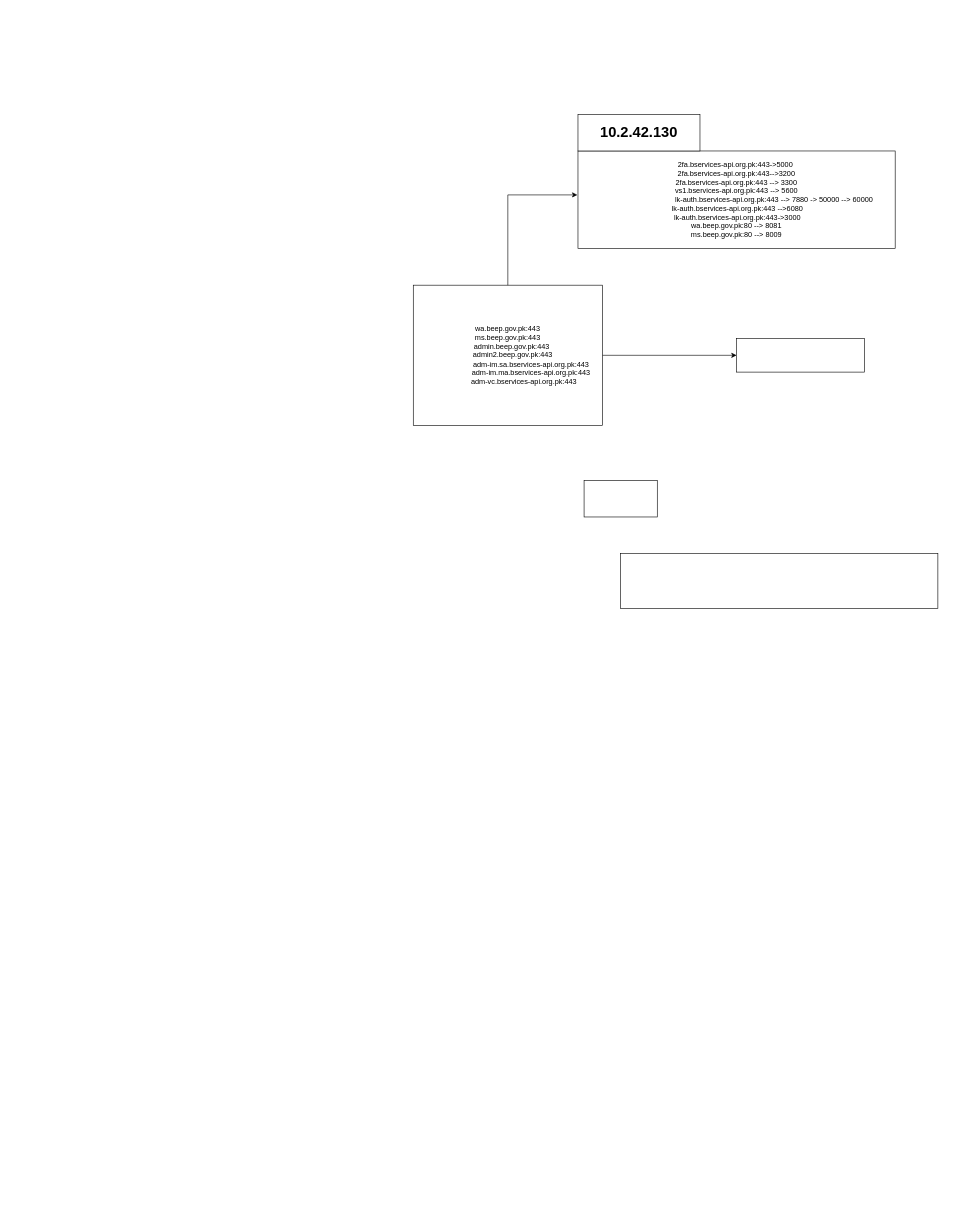
The draw.io diagram Untitled Diagram.drawio in Ahmer-rehman/backend, before the edit. Source tidied: cells renumbered, new cells numbered last; positions are measured from the earlier drawing's top-left corner, leaving out a move shared by most shapes. Both pictures are drawn from the tidied source at 61%, with x=0, y=0 at pixel (413, 114).
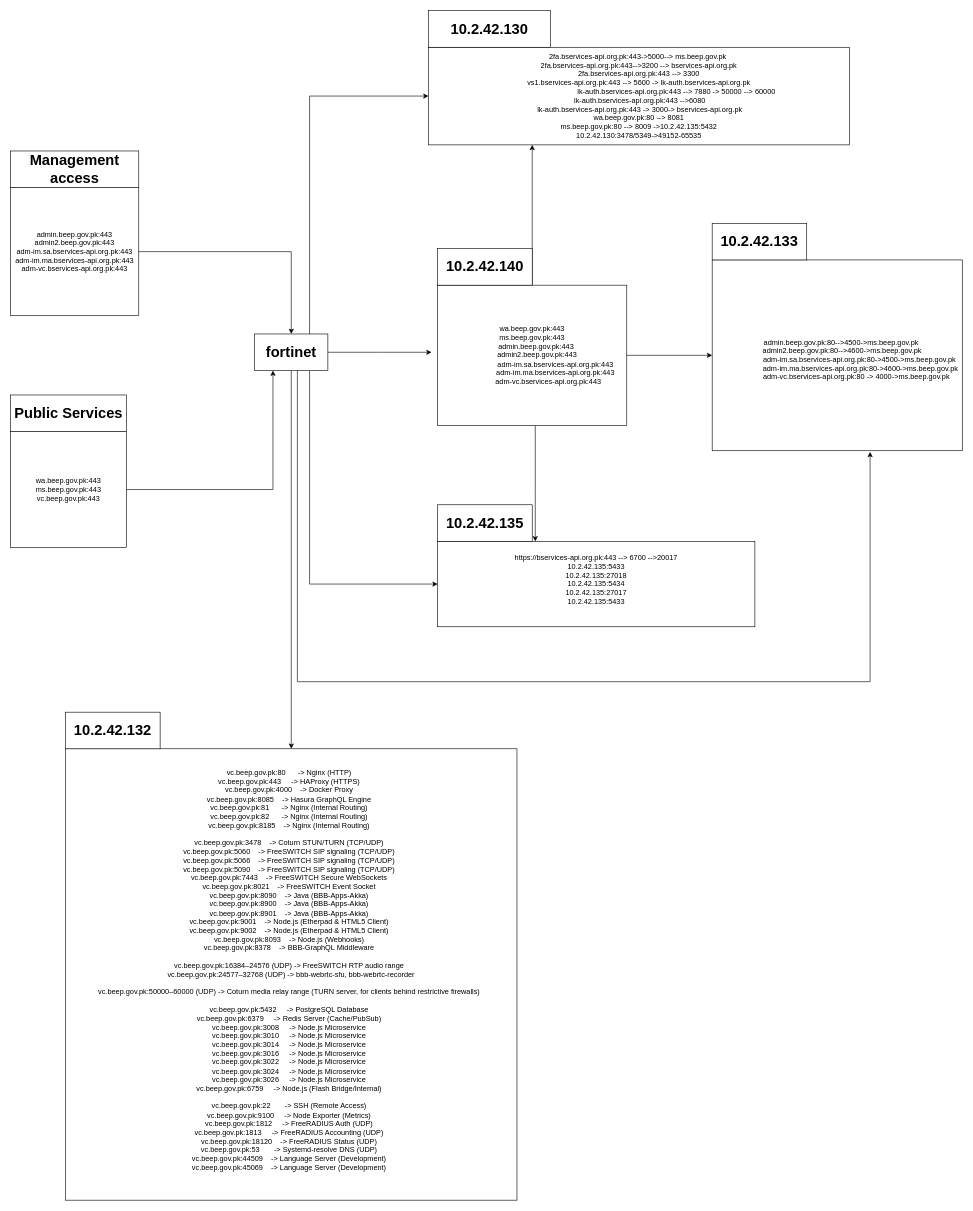
Above is the later version.

What changed in the source:
```diff
@@
+    <mxCell id="10" style="edgeStyle=orthogonalEdgeStyle;rounded=0;jettySize=auto;html=1;" parent="1" edge="1" source="3" target="6">
+      <mxGeometry relative="1" as="geometry">
+        <Array as="points">
+          <mxPoint x="200" y="620" />
+          <mxPoint x="200" y="620" />
+        </Array>
+      </mxGeometry>
+    </mxCell>
     <mxCell id="3" value="wa.beep.gov.pk:443&lt;div&gt;ms.beep.gov.pk:443&lt;/div&gt;&lt;div&gt;&amp;nbsp; &amp;nbsp; admin.beep.gov.pk:443&lt;/div&gt;&lt;div&gt;&amp;nbsp; &amp;nbsp; &amp;nbsp;admin2.beep.gov.pk:443&lt;/div&gt;&lt;div&gt;&amp;nbsp; &amp;nbsp; &amp;nbsp; &amp;nbsp; &amp;nbsp; &amp;nbsp; &amp;nbsp; &amp;nbsp; &amp;nbsp; &amp;nbsp; &amp;nbsp; &amp;nbsp;adm-im.sa.bservices-api.org.pk:443&lt;/div&gt;&lt;div&gt;&amp;nbsp; &amp;nbsp; &amp;nbsp; &amp;nbsp; &amp;nbsp; &amp;nbsp; &amp;nbsp; &amp;nbsp; &amp;nbsp; &amp;nbsp; &amp;nbsp; &amp;nbsp;adm-im.ma.bservices-api.org.pk:443&lt;br&gt;&lt;/div&gt;&lt;div&gt;&amp;nbsp; &amp;nbsp; &amp;nbsp; &amp;nbsp; &amp;nbsp; &amp;nbsp; &amp;nbsp; &amp;nbsp; adm-vc.bservices-api.org.pk:443&lt;br&gt;&lt;/div&gt;" style="rounded=0;whiteSpace=wrap;html=1;" parent="1" vertex="1">
-      <mxGeometry y="280" width="310" height="230" as="geometry" />
+      <mxGeometry x="40" y="280" width="310" height="230" as="geometry" />
     </mxCell>
+    <mxCell id="9" style="edgeStyle=orthogonalEdgeStyle;rounded=0;jettySize=auto;html=1;" parent="1" edge="1" source="3" target="4">
+      <mxGeometry relative="1" as="geometry">
+        <Array as="points">
+          <mxPoint x="195" y="110" />
+          <mxPoint x="195" y="110" />
+        </Array>
+      </mxGeometry>
+    </mxCell>
-    <mxCell id="4" value="&lt;div&gt;2fa.bservices-api.org.pk:443-&amp;gt;5000&amp;nbsp;&lt;br&gt;&lt;/div&gt;&lt;div&gt;2fa.bservices-api.org.pk:443--&amp;gt;3200&lt;br&gt;&lt;/div&gt;2fa.bservices-api.org.pk:443 --&amp;gt; 3300&lt;div&gt;vs1.bservices-api.org.pk:443 --&amp;gt; 5600&lt;/div&gt;&lt;div&gt;&amp;nbsp; &amp;nbsp; &amp;nbsp; &amp;nbsp; &amp;nbsp; &amp;nbsp; &amp;nbsp; &amp;nbsp; &amp;nbsp; &amp;nbsp; &amp;nbsp; &amp;nbsp; &amp;nbsp; &amp;nbsp; &amp;nbsp; &amp;nbsp; &amp;nbsp; &amp;nbsp; &amp;nbsp;lk-auth.bservices-api.org.pk:443 --&amp;gt; 7880 -&amp;gt; 50000 --&amp;gt; 60000&lt;/div&gt;&lt;div&gt;&amp;nbsp;lk-auth.bservices-api.org.pk:443 --&amp;gt;6080&lt;br&gt;&lt;/div&gt;&lt;div&gt;&amp;nbsp;lk-auth.bservices-api.org.pk:443-&amp;gt;3000&lt;br&gt;&lt;/div&gt;&lt;div&gt;wa.beep.gov.pk:80 --&amp;gt; 8081&lt;/div&gt;&lt;div&gt;ms.beep.gov.pk:80 --&amp;gt; 8009&lt;/div&gt;" style="rounded=0;whiteSpace=wrap;html=1;" parent="1" vertex="1">
-      <mxGeometry x="270" y="60" width="520" height="160" as="geometry" />
+    <mxCell id="4" value="&lt;div&gt;2fa.bservices-api.org.pk:443-&amp;gt;5000--&amp;gt; ms.beep.gov.pk&amp;nbsp;&lt;br&gt;&lt;/div&gt;&lt;div&gt;2fa.bservices-api.org.pk:443--&amp;gt;3200 --&amp;gt; bservices-api.org.pk&lt;br&gt;&lt;/div&gt;2fa.bservices-api.org.pk:443 --&amp;gt; 3300&lt;div&gt;vs1.bservices-api.org.pk:443 --&amp;gt; 5600 -&amp;gt; lk-auth.bservices-api.org.pk&lt;/div&gt;&lt;div&gt;&amp;nbsp; &amp;nbsp; &amp;nbsp; &amp;nbsp; &amp;nbsp; &amp;nbsp; &amp;nbsp; &amp;nbsp; &amp;nbsp; &amp;nbsp; &amp;nbsp; &amp;nbsp; &amp;nbsp; &amp;nbsp; &amp;nbsp; &amp;nbsp; &amp;nbsp; &amp;nbsp; &amp;nbsp;lk-auth.bservices-api.org.pk:443 --&amp;gt; 7880 -&amp;gt; 50000 --&amp;gt; 60000&lt;/div&gt;&lt;div&gt;&amp;nbsp;lk-auth.bservices-api.org.pk:443 --&amp;gt;6080&lt;br&gt;&lt;/div&gt;&lt;div&gt;&amp;nbsp;lk-auth.bservices-api.org.pk:443 -&amp;gt; 3000-&amp;gt; bservices-api.org.pk&lt;br&gt;&lt;/div&gt;&lt;div&gt;wa.beep.gov.pk:80 --&amp;gt; 8081&lt;/div&gt;&lt;div&gt;ms.beep.gov.pk:80 --&amp;gt; 8009 -&amp;gt;10.2.42.135:5432&lt;/div&gt;&lt;div&gt;10.2.42.130:3478/5349-&amp;gt;49152-65535&lt;/div&gt;" style="rounded=0;whiteSpace=wrap;html=1;" parent="1" vertex="1">
+      <mxGeometry x="25" y="-110" width="690" height="160" as="geometry" />
     </mxCell>
-    <mxCell id="5" style="rounded=0;whiteSpace=wrap;html=1;" parent="1" vertex="1">
-      <mxGeometry x="280" y="600" width="120" height="60" as="geometry" />
-    </mxCell>
-    <mxCell id="6" style="rounded=0;whiteSpace=wrap;html=1;" parent="1" vertex="1">
-      <mxGeometry x="340" y="720" width="520" height="90" as="geometry" />
+    <mxCell id="6" value="https://bservices-api.org.pk:443 --&amp;gt; 6700 --&amp;gt;20017&lt;div&gt;10.2.42.135:5433&lt;/div&gt;&lt;div&gt;10.2.42.135:27018&lt;/div&gt;&lt;div&gt;10.2.42.135:5434&lt;br&gt;&lt;/div&gt;&lt;div&gt;10.2.42.135:27017&lt;/div&gt;&lt;div&gt;10.2.42.135:5433&lt;br&gt;&lt;/div&gt;&lt;div&gt;&lt;br&gt;&lt;/div&gt;" style="rounded=0;whiteSpace=wrap;html=1;" parent="1" vertex="1">
+      <mxGeometry x="40" y="700" width="520" height="140" as="geometry" />
     </mxCell>
-    <mxCell id="7" style="rounded=0;whiteSpace=wrap;html=1;" parent="1" vertex="1">
-      <mxGeometry x="530" y="367.5" width="210" height="55" as="geometry" />
+    <mxCell id="7" value="&lt;br&gt;&lt;div&gt;&amp;nbsp; &amp;nbsp; admin.beep.gov.pk:80--&amp;gt;4500-&amp;gt;ms.beep.gov.pk&lt;/div&gt;&lt;div&gt;&amp;nbsp; &amp;nbsp; &amp;nbsp;admin2.beep.gov.pk:80--&amp;gt;4600-&amp;gt;ms.beep.gov.pk&lt;/div&gt;&lt;div&gt;&amp;nbsp; &amp;nbsp; &amp;nbsp; &amp;nbsp; &amp;nbsp; &amp;nbsp; &amp;nbsp; &amp;nbsp; &amp;nbsp; &amp;nbsp; &amp;nbsp; adm-im.sa.bservices-api.org.pk:80-&amp;gt;4500-&amp;gt;ms.beep.gov.pk&lt;/div&gt;&lt;div&gt;&amp;nbsp; &amp;nbsp; &amp;nbsp; &amp;nbsp; &amp;nbsp; &amp;nbsp; &amp;nbsp; &amp;nbsp; &amp;nbsp; &amp;nbsp; &amp;nbsp; &amp;nbsp;adm-im.ma.bservices-api.org.pk:80-&amp;gt;4600-&amp;gt;ms.beep.gov.pk&lt;br&gt;&lt;/div&gt;&lt;div&gt;&amp;nbsp; &amp;nbsp; &amp;nbsp; &amp;nbsp; &amp;nbsp; &amp;nbsp; &amp;nbsp; &amp;nbsp; &amp;nbsp; &amp;nbsp;adm-vc.bservices-api.org.pk:80 -&amp;gt; 4000-&amp;gt;ms.beep.gov.pk&lt;/div&gt;" style="rounded=0;whiteSpace=wrap;html=1;" parent="1" vertex="1">
+      <mxGeometry x="490" y="238.6" width="410" height="312.8" as="geometry" />
     </mxCell>
     <mxCell id="8" value="&lt;h1&gt;&lt;b&gt;10.2.42.130&lt;/b&gt;&lt;/h1&gt;" style="whiteSpace=wrap;html=1;" parent="1" vertex="1">
-      <mxGeometry x="270" width="200" height="60" as="geometry" />
+      <mxGeometry x="25" y="-170" width="200" height="60" as="geometry" />
     </mxCell>
-    <mxCell id="9" style="edgeStyle=orthogonalEdgeStyle;rounded=0;jettySize=auto;html=1;entryX=-0.002;entryY=0.45;entryDx=0;entryDy=0;entryPerimeter=0;" parent="1" edge="1" source="3" target="4">
-      <mxGeometry relative="1" as="geometry" />
-    </mxCell>
+    <mxCell id="11" value="&lt;h1&gt;&lt;b&gt;10.2.42.133&lt;/b&gt;&lt;/h1&gt;" style="whiteSpace=wrap;html=1;" parent="1" vertex="1">
+      <mxGeometry x="490" y="178.6" width="155" height="60" as="geometry" />
+    </mxCell>
+    <mxCell id="12" value="&lt;h1&gt;&lt;b&gt;10.2.42.135&lt;/b&gt;&lt;/h1&gt;" style="whiteSpace=wrap;html=1;" parent="1" vertex="1">
+      <mxGeometry x="40" y="640" width="155" height="60" as="geometry" />
+    </mxCell>
+    <mxCell id="13" value="&lt;h1&gt;&lt;b&gt;10.2.42.140&lt;/b&gt;&lt;/h1&gt;" style="whiteSpace=wrap;html=1;" parent="1" vertex="1">
+      <mxGeometry x="40" y="220" width="155" height="60" as="geometry" />
+    </mxCell>
+    <mxCell id="14" style="edgeStyle=orthogonalEdgeStyle;rounded=0;jettySize=auto;html=1;entryX=0.5;entryY=0;entryDx=0;entryDy=0;" parent="1" edge="1" source="15" target="24">
+      <mxGeometry relative="1" as="geometry" />
+    </mxCell>
+    <mxCell id="15" value="&lt;div&gt;admin.beep.gov.pk:443&lt;/div&gt;&lt;div&gt;admin2.beep.gov.pk:443&lt;/div&gt;&lt;div&gt;adm-im.sa.bservices-api.org.pk:443&lt;/div&gt;&lt;div&gt;adm-im.ma.bservices-api.org.pk:443&lt;br&gt;&lt;/div&gt;&lt;div&gt;adm-vc.bservices-api.org.pk:443&lt;/div&gt;" style="whiteSpace=wrap;html=1;align=center;" parent="1" vertex="1">
+      <mxGeometry x="-660" y="120" width="210" height="210" as="geometry" />
+    </mxCell>
+    <mxCell id="16" style="edgeStyle=orthogonalEdgeStyle;rounded=0;jettySize=auto;html=1;entryX=0.25;entryY=1;entryDx=0;entryDy=0;" parent="1" edge="1" source="17" target="24">
+      <mxGeometry relative="1" as="geometry" />
+    </mxCell>
+    <mxCell id="17" value="wa.beep.gov.pk:443&lt;div&gt;ms.beep.gov.pk:443&lt;/div&gt;&lt;div&gt;vc.beep.gov.pk:443&lt;/div&gt;" style="whiteSpace=wrap;html=1;" parent="1" vertex="1">
+      <mxGeometry x="-660" y="520" width="190" height="190" as="geometry" />
+    </mxCell>
+    <mxCell id="18" value="&lt;h1&gt;Management access&lt;/h1&gt;" style="whiteSpace=wrap;html=1;" parent="1" vertex="1">
+      <mxGeometry x="-660" y="60" width="210" height="60" as="geometry" />
+    </mxCell>
+    <mxCell id="19" value="&lt;h1&gt;Public Services&lt;/h1&gt;" style="whiteSpace=wrap;html=1;" parent="1" vertex="1">
+      <mxGeometry x="-660" y="460" width="190" height="60" as="geometry" />
+    </mxCell>
+    <mxCell id="20" style="edgeStyle=orthogonalEdgeStyle;rounded=0;jettySize=auto;html=1;" parent="1" edge="1" source="24">
+      <mxGeometry relative="1" as="geometry">
+        <mxPoint x="30" y="390" as="targetPoint" />
+      </mxGeometry>
+    </mxCell>
+    <mxCell id="21" style="edgeStyle=orthogonalEdgeStyle;rounded=0;jettySize=auto;html=1;exitX=0.75;exitY=0;exitDx=0;exitDy=0;entryX=0;entryY=0.5;entryDx=0;entryDy=0;" parent="1" edge="1" source="24" target="4">
+      <mxGeometry relative="1" as="geometry" />
+    </mxCell>
+    <mxCell id="22" style="edgeStyle=orthogonalEdgeStyle;rounded=0;jettySize=auto;html=1;exitX=0.75;exitY=1;exitDx=0;exitDy=0;entryX=0;entryY=0.5;entryDx=0;entryDy=0;" parent="1" edge="1" source="24" target="6">
+      <mxGeometry relative="1" as="geometry" />
+    </mxCell>
+    <mxCell id="23" style="edgeStyle=orthogonalEdgeStyle;rounded=0;jettySize=auto;html=1;exitX=0.5;exitY=1;exitDx=0;exitDy=0;" parent="1" edge="1" source="24" target="26">
+      <mxGeometry relative="1" as="geometry" />
+    </mxCell>
+    <mxCell id="24" value="&lt;h1&gt;fortinet&lt;/h1&gt;" style="rounded=0;whiteSpace=wrap;html=1;" parent="1" vertex="1">
+      <mxGeometry x="-260" y="360" width="120" height="60" as="geometry" />
+    </mxCell>
+    <mxCell id="25" style="edgeStyle=orthogonalEdgeStyle;rounded=0;orthogonalLoop=1;jettySize=auto;html=1;exitX=0.25;exitY=1;exitDx=0;exitDy=0;entryX=0.534;entryY=1.006;entryDx=0;entryDy=0;entryPerimeter=0;" parent="1" edge="1">
+      <mxGeometry relative="1" as="geometry">
+        <mxPoint x="-190" y="420" as="sourcePoint" />
+        <mxPoint x="748.9" y="553.3" as="targetPoint" />
+        <Array as="points">
+          <mxPoint x="-190" y="930" />
+          <mxPoint x="749" y="930" />
+        </Array>
+      </mxGeometry>
+    </mxCell>
+    <mxCell id="26" value="&lt;div&gt;vc.beep.gov.pk:80 &amp;nbsp; &amp;nbsp; &amp;nbsp;-&amp;gt; Nginx (HTTP) &amp;nbsp;&lt;/div&gt;&lt;div&gt;vc.beep.gov.pk:443 &amp;nbsp; &amp;nbsp; -&amp;gt; HAProxy (HTTPS) &amp;nbsp;&lt;/div&gt;&lt;div&gt;vc.beep.gov.pk:4000 &amp;nbsp; &amp;nbsp;-&amp;gt; Docker Proxy &amp;nbsp;&lt;/div&gt;&lt;div&gt;vc.beep.gov.pk:8085 &amp;nbsp; &amp;nbsp;-&amp;gt; Hasura GraphQL Engine &amp;nbsp;&lt;/div&gt;&lt;div&gt;vc.beep.gov.pk:81 &amp;nbsp; &amp;nbsp; &amp;nbsp;-&amp;gt; Nginx (Internal Routing) &amp;nbsp;&lt;/div&gt;&lt;div&gt;vc.beep.gov.pk:82 &amp;nbsp; &amp;nbsp; &amp;nbsp;-&amp;gt; Nginx (Internal Routing) &amp;nbsp;&lt;/div&gt;&lt;div&gt;vc.beep.gov.pk:8185 &amp;nbsp; &amp;nbsp;-&amp;gt; Nginx (Internal Routing) &amp;nbsp;&lt;/div&gt;&lt;div&gt;&lt;br&gt;&lt;/div&gt;&lt;div&gt;vc.beep.gov.pk:3478 &amp;nbsp; &amp;nbsp;-&amp;gt; Coturn STUN/TURN (TCP/UDP) &amp;nbsp;&lt;/div&gt;&lt;div&gt;vc.beep.gov.pk:5060 &amp;nbsp; &amp;nbsp;-&amp;gt; FreeSWITCH SIP signaling (TCP/UDP) &amp;nbsp;&lt;/div&gt;&lt;div&gt;vc.beep.gov.pk:5066 &amp;nbsp; &amp;nbsp;-&amp;gt; FreeSWITCH SIP signaling (TCP/UDP) &amp;nbsp;&lt;/div&gt;&lt;div&gt;vc.beep.gov.pk:5090 &amp;nbsp; &amp;nbsp;-&amp;gt; FreeSWITCH SIP signaling (TCP/UDP) &amp;nbsp;&lt;/div&gt;&lt;div&gt;vc.beep.gov.pk:7443 &amp;nbsp; &amp;nbsp;-&amp;gt; FreeSWITCH Secure WebSockets &amp;nbsp;&lt;/div&gt;&lt;div&gt;vc.beep.gov.pk:8021 &amp;nbsp; &amp;nbsp;-&amp;gt; FreeSWITCH Event Socket &amp;nbsp;&lt;/div&gt;&lt;div&gt;vc.beep.gov.pk:8090 &amp;nbsp; &amp;nbsp;-&amp;gt; Java (BBB-Apps-Akka) &amp;nbsp;&lt;/div&gt;&lt;div&gt;vc.beep.gov.pk:8900 &amp;nbsp; &amp;nbsp;-&amp;gt; Java (BBB-Apps-Akka) &amp;nbsp;&lt;/div&gt;&lt;div&gt;vc.beep.gov.pk:8901 &amp;nbsp; &amp;nbsp;-&amp;gt; Java (BBB-Apps-Akka) &amp;nbsp;&lt;/div&gt;&lt;div&gt;vc.beep.gov.pk:9001 &amp;nbsp; &amp;nbsp;-&amp;gt; Node.js (Etherpad &amp;amp; HTML5 Client) &amp;nbsp;&lt;/div&gt;&lt;div&gt;vc.beep.gov.pk:9002 &amp;nbsp; &amp;nbsp;-&amp;gt; Node.js (Etherpad &amp;amp; HTML5 Client) &amp;nbsp;&lt;/div&gt;&lt;div&gt;vc.beep.gov.pk:8093 &amp;nbsp; &amp;nbsp;-&amp;gt; Node.js (Webhooks) &amp;nbsp;&lt;/div&gt;&lt;div&gt;vc.beep.gov.pk:8378 &amp;nbsp; &amp;nbsp;-&amp;gt; BBB-GraphQL Middleware &amp;nbsp;&lt;/div&gt;&lt;div&gt;&lt;br&gt;&lt;/div&gt;&lt;div&gt;vc.beep.gov.pk:16384–24576 (UDP) -&amp;gt; FreeSWITCH RTP audio range &amp;nbsp;&lt;/div&gt;&lt;div&gt;vc.beep.gov.pk:24577–32768 (UDP) -&amp;gt; bbb-webrtc-sfu, bbb-webrtc-recorder&lt;/div&gt;&lt;div&gt;&lt;br&gt;&lt;/div&gt;&lt;div&gt;vc.beep.gov.pk:50000–60000 (UDP) -&amp;gt; Coturn media relay range (TURN server, for clients behind restrictive firewalls) &amp;nbsp;&lt;/div&gt;&lt;div&gt;&lt;br&gt;&lt;/div&gt;&lt;div&gt;vc.beep.gov.pk:5432 &amp;nbsp; &amp;nbsp; -&amp;gt; PostgreSQL Database &amp;nbsp;&lt;/div&gt;&lt;div&gt;vc.beep.gov.pk:6379 &amp;nbsp; &amp;nbsp; -&amp;gt; Redis Server (Cache/PubSub) &amp;nbsp;&lt;/div&gt;&lt;div&gt;vc.beep.gov.pk:3008 &amp;nbsp; &amp;nbsp; -&amp;gt; Node.js Microservice &amp;nbsp;&lt;/div&gt;&lt;div&gt;vc.beep.gov.pk:3010 &amp;nbsp; &amp;nbsp; -&amp;gt; Node.js Microservice &amp;nbsp;&lt;/div&gt;&lt;div&gt;vc.beep.gov.pk:3014 &amp;nbsp; &amp;nbsp; -&amp;gt; Node.js Microservice &amp;nbsp;&lt;/div&gt;&lt;div&gt;vc.beep.gov.pk:3016 &amp;nbsp; &amp;nbsp; -&amp;gt; Node.js Microservice &amp;nbsp;&lt;/div&gt;&lt;div&gt;vc.beep.gov.pk:3022 &amp;nbsp; &amp;nbsp; -&amp;gt; Node.js Microservice &amp;nbsp;&lt;/div&gt;&lt;div&gt;vc.beep.gov.pk:3024 &amp;nbsp; &amp;nbsp; -&amp;gt; Node.js Microservice &amp;nbsp;&lt;/div&gt;&lt;div&gt;vc.beep.gov.pk:3026 &amp;nbsp; &amp;nbsp; -&amp;gt; Node.js Microservice &amp;nbsp;&lt;/div&gt;&lt;div&gt;vc.beep.gov.pk:6759 &amp;nbsp; &amp;nbsp; -&amp;gt; Node.js (Flash Bridge/Internal) &amp;nbsp;&lt;/div&gt;&lt;div&gt;&lt;br&gt;&lt;/div&gt;&lt;div&gt;vc.beep.gov.pk:22 &amp;nbsp; &amp;nbsp; &amp;nbsp; -&amp;gt; SSH (Remote Access) &amp;nbsp;&lt;/div&gt;&lt;div&gt;vc.beep.gov.pk:9100 &amp;nbsp; &amp;nbsp; -&amp;gt; Node Exporter (Metrics) &amp;nbsp;&lt;/div&gt;&lt;div&gt;vc.beep.gov.pk:1812 &amp;nbsp; &amp;nbsp; -&amp;gt; FreeRADIUS Auth (UDP) &amp;nbsp;&lt;/div&gt;&lt;div&gt;vc.beep.gov.pk:1813 &amp;nbsp; &amp;nbsp; -&amp;gt; FreeRADIUS Accounting (UDP) &amp;nbsp;&lt;/div&gt;&lt;div&gt;vc.beep.gov.pk:18120 &amp;nbsp; &amp;nbsp;-&amp;gt; FreeRADIUS Status (UDP) &amp;nbsp;&lt;/div&gt;&lt;div&gt;vc.beep.gov.pk:53 &amp;nbsp; &amp;nbsp; &amp;nbsp; -&amp;gt; Systemd-resolve DNS (UDP) &amp;nbsp;&lt;/div&gt;&lt;div&gt;vc.beep.gov.pk:44509 &amp;nbsp; &amp;nbsp;-&amp;gt; Language Server (Development) &amp;nbsp;&lt;/div&gt;&lt;div&gt;vc.beep.gov.pk:45069 &amp;nbsp; &amp;nbsp;-&amp;gt; Language Server (Development) &amp;nbsp;&lt;/div&gt;&lt;div&gt;&lt;br&gt;&lt;/div&gt;" style="whiteSpace=wrap;html=1;" parent="1" vertex="1">
+      <mxGeometry x="-570" y="1040" width="740" height="740" as="geometry" />
+    </mxCell>
+    <mxCell id="27" value="&lt;h1&gt;&lt;b&gt;10.2.42.132&lt;/b&gt;&lt;/h1&gt;" style="whiteSpace=wrap;html=1;" parent="1" vertex="1">
+      <mxGeometry x="-570" y="980" width="155" height="60" as="geometry" />
+    </mxCell>
```
